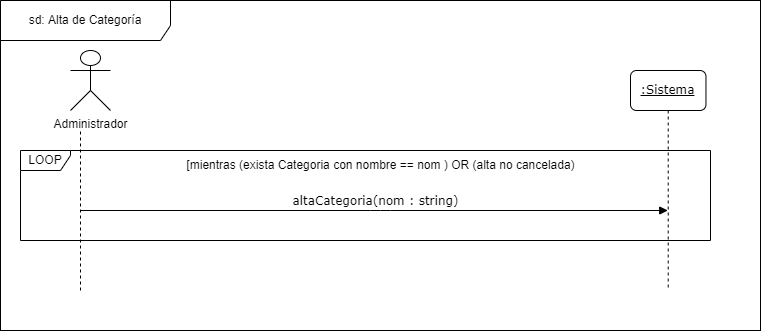
FacundoDiaz00/Taller-de-Programaci-n keeps this draw.io diagram as docs/Iteración 2/Análisis/DSS Estación de trabajo/altaDeCategoria.png. Above is the earlier version. Source tidied: cells renumbered, new cells last; positions are measured from the earlier drawing's top-left corner, leaving out a move shared by most shapes. The source it was exported from:
```xml
<mxGraphModel>
  <root>
    <mxCell id="0" />
    <mxCell id="1" parent="0" />
    <mxCell id="2" style="rounded=0;whiteSpace=wrap;html=1;" parent="1" vertex="1">
      <mxGeometry width="760" height="330" as="geometry" />
    </mxCell>
    <mxCell id="3" value="sd: Alta de Categoría" style="shape=umlFrame;whiteSpace=wrap;html=1;width=170;height=40;" parent="1" vertex="1">
      <mxGeometry width="760" height="330" as="geometry" />
    </mxCell>
    <mxCell id="4" value="LOOP" style="shape=umlFrame;whiteSpace=wrap;html=1;width=50;height=20;" parent="1" vertex="1">
      <mxGeometry x="20" y="150" width="690" height="90" as="geometry" />
    </mxCell>
    <mxCell id="5" value="Administrador" style="shape=umlActor;verticalLabelPosition=bottom;verticalAlign=top;html=1;rounded=1;" parent="1" vertex="1">
      <mxGeometry x="70" y="50" width="40" height="60" as="geometry" />
    </mxCell>
    <mxCell id="6" value="altaCategoria(nom : string)" style="html=1;verticalAlign=bottom;endArrow=block;labelBackgroundColor=none;fontFamily=Verdana;fontSize=12;edgeStyle=elbowEdgeStyle;elbow=vertical;" parent="1" edge="1" target="8">
      <mxGeometry relative="1" as="geometry">
        <mxPoint x="80" y="210" as="sourcePoint" />
        <Array as="points">
          <mxPoint x="380" y="210" />
        </Array>
      </mxGeometry>
    </mxCell>
    <mxCell id="7" style="endArrow=none;dashed=1;html=1;" parent="1" edge="1">
      <mxGeometry relative="1" as="geometry">
        <mxPoint x="80" y="290" as="sourcePoint" />
        <mxPoint x="80" y="130" as="targetPoint" />
      </mxGeometry>
    </mxCell>
    <mxCell id="8" value="&lt;u&gt;:Sistema&lt;/u&gt;" style="shape=umlLifeline;perimeter=lifelinePerimeter;whiteSpace=wrap;html=1;outlineConnect=0;rounded=1;shadow=0;comic=0;labelBackgroundColor=none;strokeWidth=1;fontFamily=Verdana;fontSize=12;align=center;" parent="1" vertex="1">
      <mxGeometry x="630" y="70" width="75.5" height="220" as="geometry" />
    </mxCell>
    <mxCell id="9" value="[mientras (exista Categoria con nombre == nom ) OR (alta no cancelada)" style="text;html=1;align=center;verticalAlign=middle;strokeColor=none;fillColor=none;" parent="1" vertex="1">
      <mxGeometry x="175" y="150" width="410" height="30" as="geometry" />
    </mxCell>
  </root>
</mxGraphModel>
```
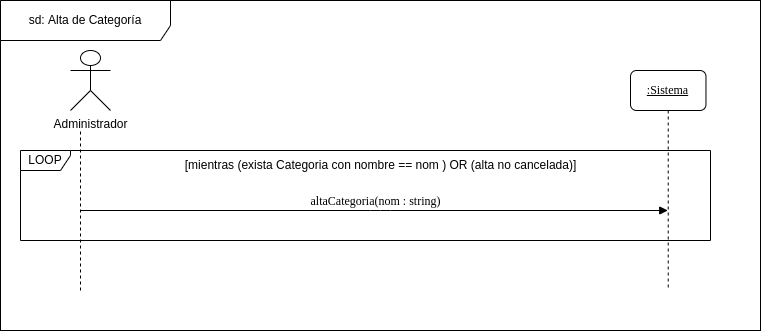
Later version of the same file.

The edit, as a diff of the source:
```diff
@@ -31,7 +31,7 @@
     <mxCell id="8" value="&lt;u&gt;:Sistema&lt;/u&gt;" style="shape=umlLifeline;perimeter=lifelinePerimeter;whiteSpace=wrap;html=1;outlineConnect=0;rounded=1;shadow=0;comic=0;labelBackgroundColor=none;strokeWidth=1;fontFamily=Verdana;fontSize=12;align=center;" parent="1" vertex="1">
       <mxGeometry x="630" y="70" width="75.5" height="220" as="geometry" />
     </mxCell>
-    <mxCell id="9" value="[mientras (exista Categoria con nombre == nom ) OR (alta no cancelada)" style="text;html=1;align=center;verticalAlign=middle;strokeColor=none;fillColor=none;" parent="1" vertex="1">
+    <mxCell id="9" value="[mientras (exista Categoria con nombre == nom ) OR (alta no cancelada)]" style="text;html=1;align=center;verticalAlign=middle;strokeColor=none;fillColor=none;" parent="1" vertex="1">
       <mxGeometry x="175" y="150" width="410" height="30" as="geometry" />
     </mxCell>
   </root>
```
